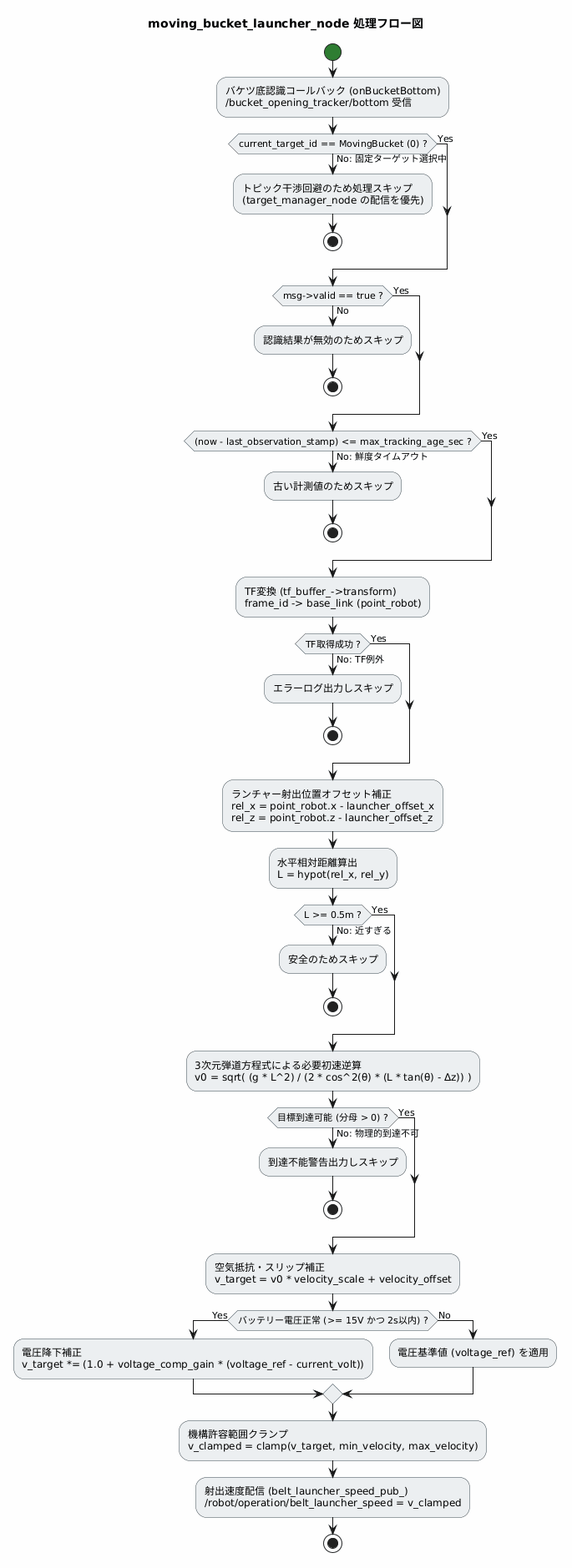
This is docs/moving_bucket_launcher_flow.png from tmcit-ararobo-2026a/gn10-navigation, a PlantUML export, as it was before one commit.
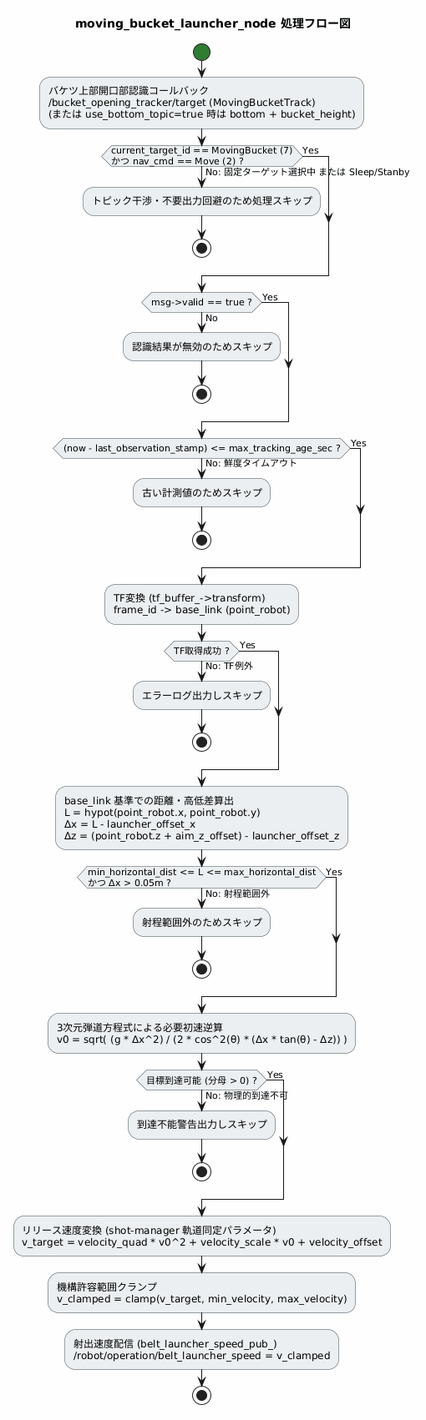
The same file after the commit.

Commit message:
fix(launcher): Issue #55対応・上部開口部基準の弾道計算・動的パラメータ管理への変更

What changed in the source:
```diff
@@ -1,4 +1,4 @@
-@startuml
+@startuml moving_bucket_launcher_flow
 skinparam backgroundColor #FEFEFE
 skinparam activity {
     StartColor #2E7D32
@@ -12,11 +12,11 @@
 
 start
 
-:バケツ底認識コールバック (onBucketBottom)\n/bucket_opening_tracker/bottom 受信;
+:バケツ上部開口部認識コールバック\n/bucket_opening_tracker/target (MovingBucketTrack)\n(または use_bottom_topic=true 時は bottom + bucket_height);
 
-if (current_target_id == MovingBucket (0) ?) then (Yes)
-else (No: 固定ターゲット選択中)
-    :トピック干渉回避のため処理スキップ\n(target_manager_node の配信を優先);
+if (current_target_id == MovingBucket (7)\nかつ nav_cmd == Move (2) ?) then (Yes)
+else (No: 固定ターゲット選択中 または Sleep/Stanby)
+    :トピック干渉・不要出力回避のため処理スキップ;
     stop
 endif
 
@@ -40,16 +40,15 @@
     stop
 endif
 
-:ランチャー射出位置オフセット補正\nrel_x = point_robot.x - launcher_offset_x\nrel_z = point_robot.z - launcher_offset_z;
-:水平相対距離算出\nL = hypot(rel_x, rel_y);
+:base_link 基準での距離・高低差算出\nL = hypot(point_robot.x, point_robot.y)\nΔx = L - launcher_offset_x\nΔz = (point_robot.z + aim_z_offset) - launcher_offset_z;
 
-if (L >= 0.5m ?) then (Yes)
-else (No: 近すぎる)
-    :安全のためスキップ;
+if (min_horizontal_dist <= L <= max_horizontal_dist\nかつ Δx > 0.05m ?) then (Yes)
+else (No: 射程範囲外)
+    :射程範囲外のためスキップ;
     stop
 endif
 
-:3次元弾道方程式による必要初速逆算\nv0 = sqrt( (g * L^2) / (2 * cos^2(θ) * (L * tan(θ) - Δz)) );
+:3次元弾道方程式による必要初速逆算\nv0 = sqrt( (g * Δx^2) / (2 * cos^2(θ) * (Δx * tan(θ) - Δz)) );
 
 if (目標到達可能 (分母 > 0) ?) then (Yes)
 else (No: 物理的到達不可)
@@ -57,17 +56,12 @@
     stop
 endif
 
-:空気抵抗・スリップ補正\nv_target = v0 * velocity_scale + velocity_offset;
-
-if (バッテリー電圧正常 (>= 15V かつ 2s以内) ?) then (Yes)
-    :電圧降下補正\nv_target *= (1.0 + voltage_comp_gain * (voltage_ref - current_volt));
-else (No)
-    :電圧基準値 (voltage_ref) を適用;
-endif
+:リリース速度変換 (shot-manager 軌道同定パラメータ)\nv_target = velocity_quad * v0^2 + velocity_scale * v0 + velocity_offset;
 
 :機構許容範囲クランプ\nv_clamped = clamp(v_target, min_velocity, max_velocity);
 
 :射出速度配信 (belt_launcher_speed_pub_)\n/robot/operation/belt_launcher_speed = v_clamped;
 
 stop
+
 @enduml
```
